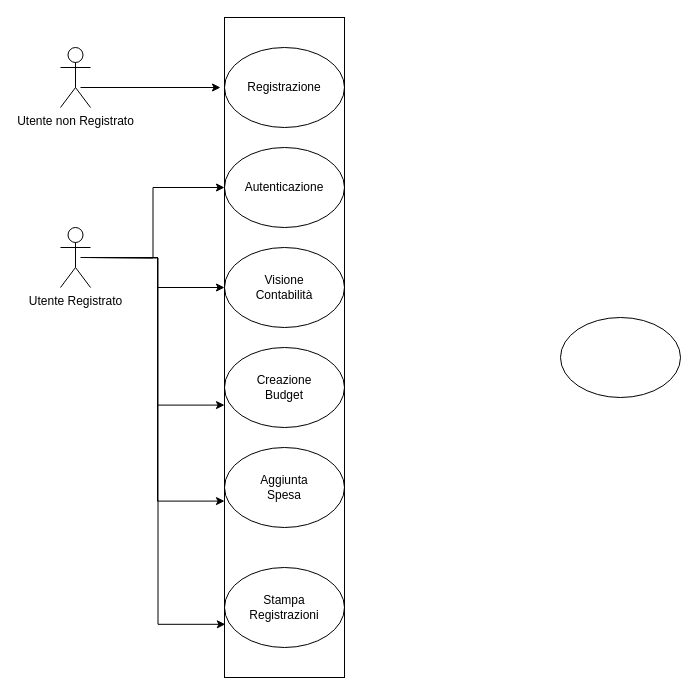
IngSW-unipv/Progetto-AC23 keeps this draw.io diagram as Portafoglio/Uml Casi d'Uso.drawio. Above is the earlier version. Source tidied: cells renumbered, new cells numbered last; positions are measured from the earlier drawing's top-left corner, leaving out a move shared by most shapes. Both pictures are drawn from the tidied source at 100%, with x=0, y=0 at pixel (60, 17).
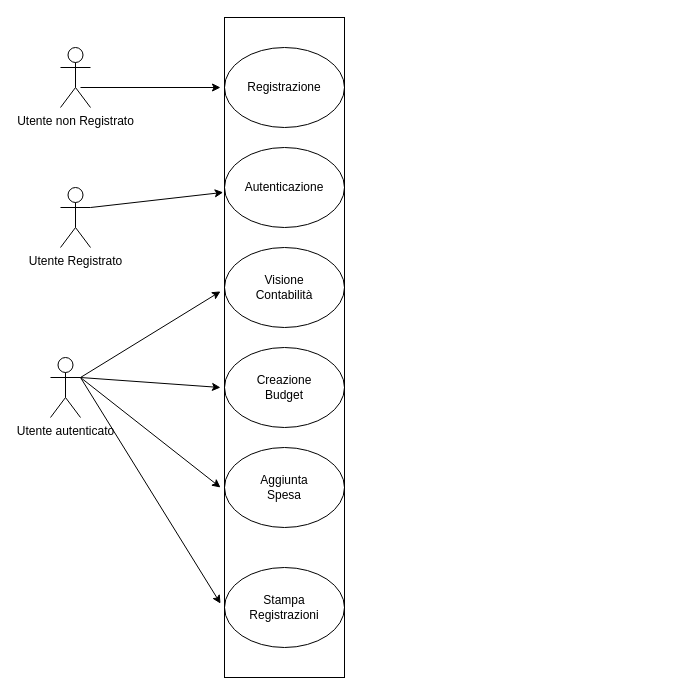
The same page after the edit.

The change refers to these unchanged cells:
```xml
<mxCell id="11" value="Autenticazione" style="ellipse;whiteSpace=wrap;html=1;" parent="1" vertex="1">
  <mxGeometry x="164" y="130" width="120" height="80" as="geometry" />
</mxCell>
<mxCell id="12" value="Visione&lt;div&gt;Contabilità&lt;/div&gt;" style="ellipse;whiteSpace=wrap;html=1;" parent="1" vertex="1">
  <mxGeometry x="164" y="230" width="120" height="80" as="geometry" />
</mxCell>
<mxCell id="13" value="Creazione&lt;div&gt;Budget&lt;/div&gt;" style="ellipse;whiteSpace=wrap;html=1;" parent="1" vertex="1">
  <mxGeometry x="164" y="330" width="120" height="80" as="geometry" />
</mxCell>
<mxCell id="14" value="Aggiunta&lt;div&gt;Spesa&lt;/div&gt;" style="ellipse;whiteSpace=wrap;html=1;" parent="1" vertex="1">
  <mxGeometry x="164" y="430" width="120" height="80" as="geometry" />
</mxCell>
<mxCell id="15" value="Stampa&lt;div&gt;Registrazioni&lt;/div&gt;" style="ellipse;whiteSpace=wrap;html=1;" parent="1" vertex="1">
  <mxGeometry x="164" y="550" width="120" height="80" as="geometry" />
</mxCell>
<mxCell id="16" style="rounded=0;whiteSpace=wrap;html=1;glass=0;shadow=0;fillColor=none;" parent="1" vertex="1">
  <mxGeometry x="164" width="120" height="660" as="geometry" />
</mxCell>
```

What changed in the source:
```diff
@@
-    <mxCell id="3" style="edgeStyle=orthogonalEdgeStyle;rounded=0;jettySize=auto;html=1;entryX=0;entryY=0.5;entryDx=0;entryDy=0;" parent="1" edge="1" target="11">
-      <mxGeometry relative="1" as="geometry">
-        <mxPoint x="20" y="240" as="sourcePoint" />
-      </mxGeometry>
-    </mxCell>
-    <mxCell id="4" style="edgeStyle=orthogonalEdgeStyle;rounded=0;jettySize=auto;html=1;" parent="1" edge="1" source="5" target="12">
-      <mxGeometry relative="1" as="geometry" />
-    </mxCell>
-    <mxCell id="5" value="Utente Registrato" style="shape=umlActor;verticalLabelPosition=bottom;verticalAlign=top;html=1;outlineConnect=0;" parent="1" vertex="1">
-      <mxGeometry y="210" width="30" height="60" as="geometry" />
+    <mxCell id="5" value="Utente autenticato" style="shape=umlActor;verticalLabelPosition=bottom;verticalAlign=top;html=1;outlineConnect=0;" parent="1" vertex="1">
+      <mxGeometry x="-10" y="340" width="30" height="60" as="geometry" />
     </mxCell>
@@
-    <mxCell id="7" style="edgeStyle=orthogonalEdgeStyle;rounded=0;jettySize=auto;html=1;entryX=0;entryY=0.72;entryDx=0;entryDy=0;entryPerimeter=0;" parent="1" edge="1" source="5" target="13">
-      <mxGeometry relative="1" as="geometry" />
-    </mxCell>
-    <mxCell id="8" style="edgeStyle=orthogonalEdgeStyle;rounded=0;jettySize=auto;html=1;entryX=0.007;entryY=0.71;entryDx=0;entryDy=0;entryPerimeter=0;" parent="1" edge="1" target="15">
-      <mxGeometry relative="1" as="geometry">
-        <mxPoint x="30" y="240" as="sourcePoint" />
-      </mxGeometry>
-    </mxCell>
-    <mxCell id="9" style="edgeStyle=orthogonalEdgeStyle;rounded=0;jettySize=auto;html=1;entryX=0;entryY=0.67;entryDx=0;entryDy=0;entryPerimeter=0;" parent="1" edge="1" source="5" target="14">
-      <mxGeometry relative="1" as="geometry" />
-    </mxCell>
@@
+    <mxCell id="18" value="&lt;div&gt;&lt;br&gt;&lt;/div&gt;&lt;div&gt;&lt;br&gt;&lt;/div&gt;" style="text;html=1;align=center;verticalAlign=middle;strokeColor=none;fillColor=none;" parent="1" vertex="1">
+      <mxGeometry x="-40" y="273" width="20" height="40" as="geometry" />
+    </mxCell>
@@
-    <mxCell id="17" style="ellipse;whiteSpace=wrap;html=1;" parent="1" vertex="1">
-      <mxGeometry x="500" y="300" width="120" height="80" as="geometry" />
-    </mxCell>
+    <mxCell id="19" style="endArrow=classic;html=1;rounded=0;entryX=-0.033;entryY=0.415;entryDx=0;entryDy=0;entryPerimeter=0;" parent="1" edge="1" target="16">
+      <mxGeometry relative="1" as="geometry">
+        <mxPoint x="20" y="360" as="sourcePoint" />
+      </mxGeometry>
+    </mxCell>
+    <mxCell id="20" style="endArrow=classic;html=1;rounded=0;" parent="1" edge="1">
+      <mxGeometry relative="1" as="geometry">
+        <mxPoint x="20" y="360" as="sourcePoint" />
+        <mxPoint x="160" y="370" as="targetPoint" />
+      </mxGeometry>
+    </mxCell>
+    <mxCell id="21" style="endArrow=classic;html=1;rounded=0;" parent="1" edge="1">
+      <mxGeometry relative="1" as="geometry">
+        <mxPoint x="20" y="360" as="sourcePoint" />
+        <mxPoint x="160" y="470" as="targetPoint" />
+      </mxGeometry>
+    </mxCell>
+    <mxCell id="22" style="endArrow=classic;html=1;rounded=0;entryX=-0.033;entryY=0.888;entryDx=0;entryDy=0;entryPerimeter=0;" parent="1" edge="1" target="16">
+      <mxGeometry relative="1" as="geometry">
+        <mxPoint x="20" y="360" as="sourcePoint" />
+      </mxGeometry>
+    </mxCell>
+    <mxCell id="23" value="Utente Registrato" style="shape=umlActor;verticalLabelPosition=bottom;verticalAlign=top;html=1;" parent="1" vertex="1">
+      <mxGeometry y="170" width="30" height="60" as="geometry" />
+    </mxCell>
+    <mxCell id="24" style="endArrow=classic;html=1;rounded=0;entryX=-0.011;entryY=0.265;entryDx=0;entryDy=0;entryPerimeter=0;" parent="1" edge="1" target="16">
+      <mxGeometry relative="1" as="geometry">
+        <mxPoint x="30" y="190" as="sourcePoint" />
+      </mxGeometry>
+    </mxCell>
```
